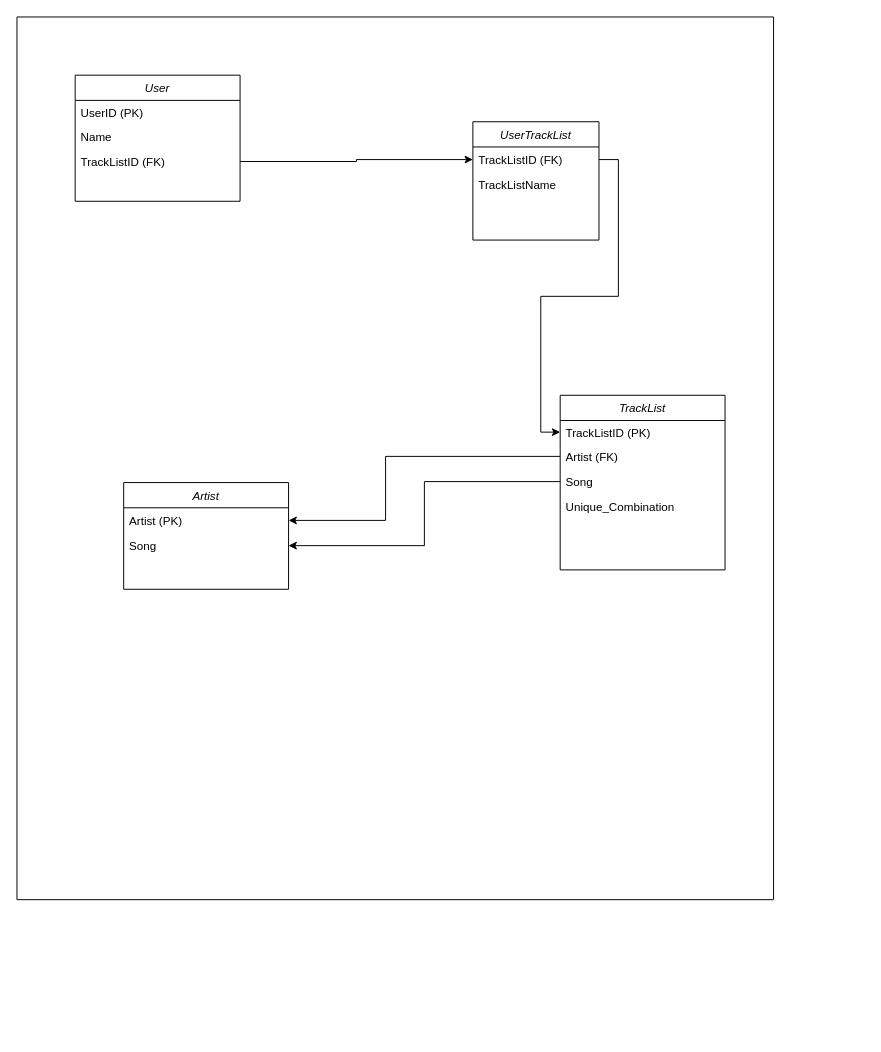
C0baltt/Course_project keeps this draw.io diagram as TrackListDiagram.drawio. Above is the earlier version. Source tidied: cells renumbered, new cells numbered last; positions are measured from the earlier drawing's top-left corner, leaving out a move shared by most shapes. Both pictures are drawn from the tidied source at 97%, with x=0, y=0 at pixel (16, 16).
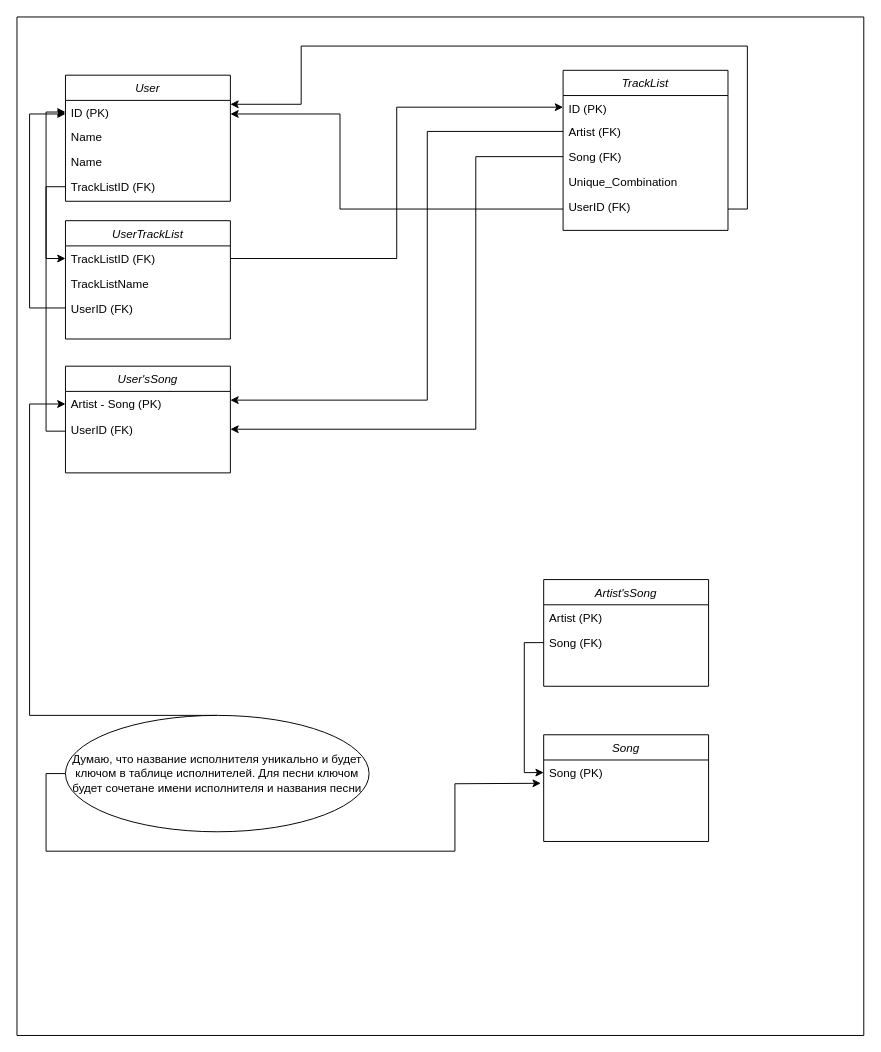
The same diagram, later.

The change refers to these unchanged cells:
```xml
<mxCell id="9" value="Artist (FK)" style="text;align=left;verticalAlign=top;spacingLeft=4;spacingRight=4;overflow=hidden;points=[[0,0.5],[1,0.5]];portConstraint=eastwest;" parent="7" vertex="1">
  <mxGeometry y="50" width="170" height="26" as="geometry" />
</mxCell>
```

What changed in the source:
```diff
@@
     <mxCell id="2" style="swimlane;startSize=0;" parent="1" vertex="1">
-      <mxGeometry width="780" height="910" as="geometry" />
+      <mxGeometry width="873" height="1050" as="geometry" />
     </mxCell>
     <mxCell id="3" value="User" style="swimlane;fontStyle=2;align=center;verticalAlign=top;horizontal=1;startSize=26;rounded=0;shadow=0;strokeWidth=1;" parent="2" vertex="1">
-      <mxGeometry x="60" y="60" width="170" height="130" as="geometry" />
+      <mxGeometry x="50" y="60" width="170" height="130" as="geometry" />
     </mxCell>
-    <mxCell id="4" value="UserID (PK)" style="text;align=left;verticalAlign=top;spacingLeft=4;spacingRight=4;overflow=hidden;points=[[0,0.5],[1,0.5]];portConstraint=eastwest;" parent="3" vertex="1">
-      <mxGeometry y="26" width="170" height="24" as="geometry" />
-    </mxCell>
+    <mxCell id="22" value="ID (PK)" style="text;align=left;verticalAlign=top;spacingLeft=4;spacingRight=4;overflow=hidden;points=[[0,0.5],[1,0.5]];portConstraint=eastwest;" parent="3" vertex="1">
+      <mxGeometry y="26" width="170" height="24" as="geometry" />
+    </mxCell>
+    <mxCell id="23" value="Name" style="text;align=left;verticalAlign=top;spacingLeft=4;spacingRight=4;overflow=hidden;" parent="3" vertex="1">
+      <mxGeometry y="50" width="170" height="26" as="geometry" />
+    </mxCell>
     <mxCell id="5" value="Name" style="text;align=left;verticalAlign=top;spacingLeft=4;spacingRight=4;overflow=hidden;" parent="3" vertex="1">
-      <mxGeometry y="50" width="170" height="26" as="geometry" />
+      <mxGeometry y="76" width="170" height="26" as="geometry" />
     </mxCell>
     <mxCell id="6" value="TrackListID (FK)" style="text;align=left;verticalAlign=top;spacingLeft=4;spacingRight=4;overflow=hidden;points=[[0,0.5],[1,0.5]];portConstraint=eastwest;rounded=0;shadow=0;html=0;" parent="3" vertex="1">
-      <mxGeometry y="76" width="170" height="26" as="geometry" />
+      <mxGeometry y="102" width="170" height="26" as="geometry" />
     </mxCell>
     <mxCell id="7" value="TrackList" style="swimlane;fontStyle=2;align=center;verticalAlign=top;horizontal=1;startSize=26;rounded=0;shadow=0;strokeWidth=1;" parent="2" vertex="1">
-      <mxGeometry x="560" y="390" width="170" height="180" as="geometry" />
+      <mxGeometry x="563" y="55" width="170" height="165" as="geometry" />
     </mxCell>
-    <mxCell id="8" value="TrackListID (PK)" style="text;align=left;verticalAlign=top;spacingLeft=4;spacingRight=4;overflow=hidden;points=[[0,0.5],[1,0.5]];portConstraint=eastwest;" parent="7" vertex="1">
+    <mxCell id="8" value="ID (PK)" style="text;align=left;verticalAlign=top;spacingLeft=4;spacingRight=4;overflow=hidden;points=[[0,0.5],[1,0.5]];portConstraint=eastwest;" parent="7" vertex="1">
       <mxGeometry y="26" width="170" height="24" as="geometry" />
     </mxCell>
@@
-    <mxCell id="10" value="Song" style="text;align=left;verticalAlign=top;spacingLeft=4;spacingRight=4;overflow=hidden;points=[[0,0.5],[1,0.5]];portConstraint=eastwest;rounded=0;shadow=0;html=0;" parent="7" vertex="1">
+    <mxCell id="10" value="Song (FK)" style="text;align=left;verticalAlign=top;spacingLeft=4;spacingRight=4;overflow=hidden;points=[[0,0.5],[1,0.5]];portConstraint=eastwest;rounded=0;shadow=0;html=0;" parent="7" vertex="1">
       <mxGeometry y="76" width="170" height="26" as="geometry" />
     </mxCell>
@@
+    <mxCell id="24" value="UserID (FK)" style="text;align=left;verticalAlign=top;spacingLeft=4;spacingRight=4;overflow=hidden;points=[[0,0.5],[1,0.5]];portConstraint=eastwest;" parent="7" vertex="1">
+      <mxGeometry y="128" width="170" height="30" as="geometry" />
+    </mxCell>
-    <mxCell id="12" value="Artist" style="swimlane;fontStyle=2;align=center;verticalAlign=top;horizontal=1;startSize=26;rounded=0;shadow=0;strokeWidth=1;" parent="2" vertex="1">
-      <mxGeometry x="110" y="480" width="170" height="110" as="geometry" />
+    <mxCell id="12" value="User'sSong" style="swimlane;fontStyle=2;align=center;verticalAlign=top;horizontal=1;startSize=26;rounded=0;shadow=0;strokeWidth=1;" parent="2" vertex="1">
+      <mxGeometry x="50" y="360" width="170" height="110" as="geometry" />
     </mxCell>
-    <mxCell id="13" value="Artist (PK)" style="text;align=left;verticalAlign=top;spacingLeft=4;spacingRight=4;overflow=hidden;points=[[0,0.5],[1,0.5]];portConstraint=eastwest;" parent="12" vertex="1">
+    <mxCell id="13" value="Artist - Song (PK)" style="text;align=left;verticalAlign=top;spacingLeft=4;spacingRight=4;overflow=hidden;points=[[0,0.5],[1,0.5]];portConstraint=eastwest;" parent="12" vertex="1">
       <mxGeometry y="26" width="170" height="26" as="geometry" />
     </mxCell>
-    <mxCell id="14" value="Song" style="text;align=left;verticalAlign=top;spacingLeft=4;spacingRight=4;overflow=hidden;points=[[0,0.5],[1,0.5]];portConstraint=eastwest;rounded=0;shadow=0;html=0;" parent="12" vertex="1">
-      <mxGeometry y="52" width="170" height="26" as="geometry" />
-    </mxCell>
-    <mxCell id="15" style="edgeStyle=orthogonalEdgeStyle;rounded=0;jettySize=auto;html=1;exitX=0;exitY=0.5;exitDx=0;exitDy=0;entryX=1;entryY=0.5;entryDx=0;entryDy=0;" parent="2" edge="1" source="9" target="13">
-      <mxGeometry relative="1" as="geometry">
-        <Array as="points">
-          <mxPoint x="380" y="453" />
-          <mxPoint x="380" y="519" />
-        </Array>
-      </mxGeometry>
-    </mxCell>
+    <mxCell id="25" value="UserID (FK)" style="text;align=left;verticalAlign=top;spacingLeft=4;spacingRight=4;overflow=hidden;points=[[0,0.5],[1,0.5]];portConstraint=eastwest;" parent="12" vertex="1">
+      <mxGeometry y="52" width="170" height="30" as="geometry" />
+    </mxCell>
     <mxCell id="16" value="UserTrackList" style="swimlane;fontStyle=2;align=center;verticalAlign=top;horizontal=1;startSize=26;rounded=0;shadow=0;strokeWidth=1;" parent="2" vertex="1">
-      <mxGeometry x="470" y="108" width="130" height="122" as="geometry" />
+      <mxGeometry x="50" y="210" width="170" height="122" as="geometry" />
     </mxCell>
     <mxCell id="17" value="TrackListID (FK)" style="text;align=left;verticalAlign=top;spacingLeft=4;spacingRight=4;overflow=hidden;points=[[0,0.5],[1,0.5]];portConstraint=eastwest;rounded=0;shadow=0;html=0;" parent="16" vertex="1">
-      <mxGeometry y="26" width="130" height="26" as="geometry" />
+      <mxGeometry y="26" width="170" height="26" as="geometry" />
     </mxCell>
     <mxCell id="18" value="TrackListName" style="text;align=left;verticalAlign=top;spacingLeft=4;spacingRight=4;overflow=hidden;" parent="16" vertex="1">
-      <mxGeometry y="52" width="130" height="26" as="geometry" />
+      <mxGeometry y="52" width="170" height="26" as="geometry" />
     </mxCell>
+    <mxCell id="4" value="UserID (FK)" style="text;align=left;verticalAlign=top;spacingLeft=4;spacingRight=4;overflow=hidden;points=[[0,0.5],[1,0.5]];portConstraint=eastwest;" parent="16" vertex="1">
+      <mxGeometry y="78" width="170" height="24" as="geometry" />
+    </mxCell>
@@
-    <mxCell id="21" style="edgeStyle=orthogonalEdgeStyle;rounded=0;jettySize=auto;html=1;entryX=1;entryY=0.5;entryDx=0;entryDy=0;" parent="2" edge="1" source="10" target="14">
-      <mxGeometry relative="1" as="geometry" />
+    <mxCell id="21" style="edgeStyle=orthogonalEdgeStyle;rounded=0;jettySize=auto;html=1;entryX=1;entryY=0.5;entryDx=0;entryDy=0;" parent="2" edge="1" source="10">
+      <mxGeometry relative="1" as="geometry">
+        <mxPoint x="220" y="425" as="targetPoint" />
+        <Array as="points">
+          <mxPoint x="473" y="144" />
+          <mxPoint x="473" y="425" />
+        </Array>
+      </mxGeometry>
     </mxCell>
+    <mxCell id="15" style="edgeStyle=orthogonalEdgeStyle;rounded=0;jettySize=auto;html=1;" parent="2" edge="1" source="9" target="13">
+      <mxGeometry relative="1" as="geometry">
+        <Array as="points">
+          <mxPoint x="423" y="118" />
+          <mxPoint x="423" y="395" />
+        </Array>
+      </mxGeometry>
+    </mxCell>
+    <mxCell id="26" style="edgeStyle=orthogonalEdgeStyle;rounded=0;jettySize=auto;html=1;" parent="2" edge="1" source="4">
+      <mxGeometry relative="1" as="geometry">
+        <mxPoint x="50" y="100" as="targetPoint" />
+        <Array as="points">
+          <mxPoint x="13" y="300" />
+          <mxPoint x="13" y="100" />
+        </Array>
+      </mxGeometry>
+    </mxCell>
+    <mxCell id="27" style="edgeStyle=orthogonalEdgeStyle;rounded=0;jettySize=auto;html=1;exitX=0;exitY=0.5;exitDx=0;exitDy=0;" parent="2" edge="1" source="29">
+      <mxGeometry relative="1" as="geometry">
+        <mxPoint x="540" y="790" as="targetPoint" />
+      </mxGeometry>
+    </mxCell>
+    <mxCell id="28" style="edgeStyle=orthogonalEdgeStyle;rounded=0;jettySize=auto;html=1;exitX=0.5;exitY=0;exitDx=0;exitDy=0;entryX=0;entryY=0.5;entryDx=0;entryDy=0;" parent="2" edge="1" source="29" target="13">
+      <mxGeometry relative="1" as="geometry">
+        <Array as="points">
+          <mxPoint x="13" y="720" />
+          <mxPoint x="13" y="399" />
+        </Array>
+      </mxGeometry>
+    </mxCell>
+    <mxCell id="29" value="Думаю, что название исполнителя уникально и будет ключом в таблице исполнителей. Для песни ключом будет сочетане имени исполнителя и названия песни" style="ellipse;whiteSpace=wrap;html=1;align=center;newEdgeStyle={&quot;edgeStyle&quot;:&quot;entityRelationEdgeStyle&quot;,&quot;startArrow&quot;:&quot;none&quot;,&quot;endArrow&quot;:&quot;none&quot;,&quot;segment&quot;:10,&quot;curved&quot;:1};" parent="2" vertex="1">
+      <mxGeometry x="50" y="720" width="313" height="120" as="geometry" />
+    </mxCell>
+    <mxCell id="30" style="edgeStyle=orthogonalEdgeStyle;rounded=0;jettySize=auto;html=1;exitX=1;exitY=0.5;exitDx=0;exitDy=0;" parent="2" edge="1" source="24" target="22">
+      <mxGeometry relative="1" as="geometry">
+        <Array as="points">
+          <mxPoint x="753" y="198" />
+          <mxPoint x="753" y="30" />
+          <mxPoint x="293" y="30" />
+          <mxPoint x="293" y="90" />
+        </Array>
+      </mxGeometry>
+    </mxCell>
+    <mxCell id="31" style="edgeStyle=orthogonalEdgeStyle;rounded=0;jettySize=auto;html=1;" parent="2" edge="1" source="24">
+      <mxGeometry relative="1" as="geometry">
+        <mxPoint x="220" y="100" as="targetPoint" />
+        <Array as="points">
+          <mxPoint x="333" y="198" />
+          <mxPoint x="333" y="100" />
+        </Array>
+      </mxGeometry>
+    </mxCell>
+    <mxCell id="14" value="Song" style="swimlane;fontStyle=2;align=center;verticalAlign=top;horizontal=1;startSize=26;rounded=0;shadow=0;strokeWidth=1;" parent="2" vertex="1">
+      <mxGeometry x="543" y="740" width="170" height="110" as="geometry" />
+    </mxCell>
+    <mxCell id="32" value="Song (PK)" style="text;align=left;verticalAlign=top;spacingLeft=4;spacingRight=4;overflow=hidden;points=[[0,0.5],[1,0.5]];portConstraint=eastwest;rounded=0;shadow=0;html=0;" parent="14" vertex="1">
+      <mxGeometry y="26" width="170" height="26" as="geometry" />
+    </mxCell>
+    <mxCell id="33" value="Artist'sSong" style="swimlane;fontStyle=2;align=center;verticalAlign=top;horizontal=1;startSize=26;rounded=0;shadow=0;strokeWidth=1;" parent="2" vertex="1">
+      <mxGeometry x="543" y="580" width="170" height="110" as="geometry" />
+    </mxCell>
+    <mxCell id="34" value="Artist (PK)" style="text;align=left;verticalAlign=top;spacingLeft=4;spacingRight=4;overflow=hidden;" parent="33" vertex="1">
+      <mxGeometry y="26" width="170" height="26" as="geometry" />
+    </mxCell>
+    <mxCell id="35" value="Song (FK)" style="text;align=left;verticalAlign=top;spacingLeft=4;spacingRight=4;overflow=hidden;points=[[0,0.5],[1,0.5]];portConstraint=eastwest;rounded=0;shadow=0;html=0;" parent="33" vertex="1">
+      <mxGeometry y="52" width="170" height="26" as="geometry" />
+    </mxCell>
+    <mxCell id="36" style="edgeStyle=orthogonalEdgeStyle;rounded=0;jettySize=auto;html=1;entryX=0;entryY=0.5;entryDx=0;entryDy=0;" parent="2" edge="1" source="35" target="32">
+      <mxGeometry relative="1" as="geometry" />
+    </mxCell>
+    <mxCell id="37" style="edgeStyle=orthogonalEdgeStyle;rounded=0;jettySize=auto;html=1;exitX=0;exitY=0.5;exitDx=0;exitDy=0;entryX=0;entryY=0.5;entryDx=0;entryDy=0;" parent="2" edge="1" source="25" target="22">
+      <mxGeometry relative="1" as="geometry" />
+    </mxCell>
```
